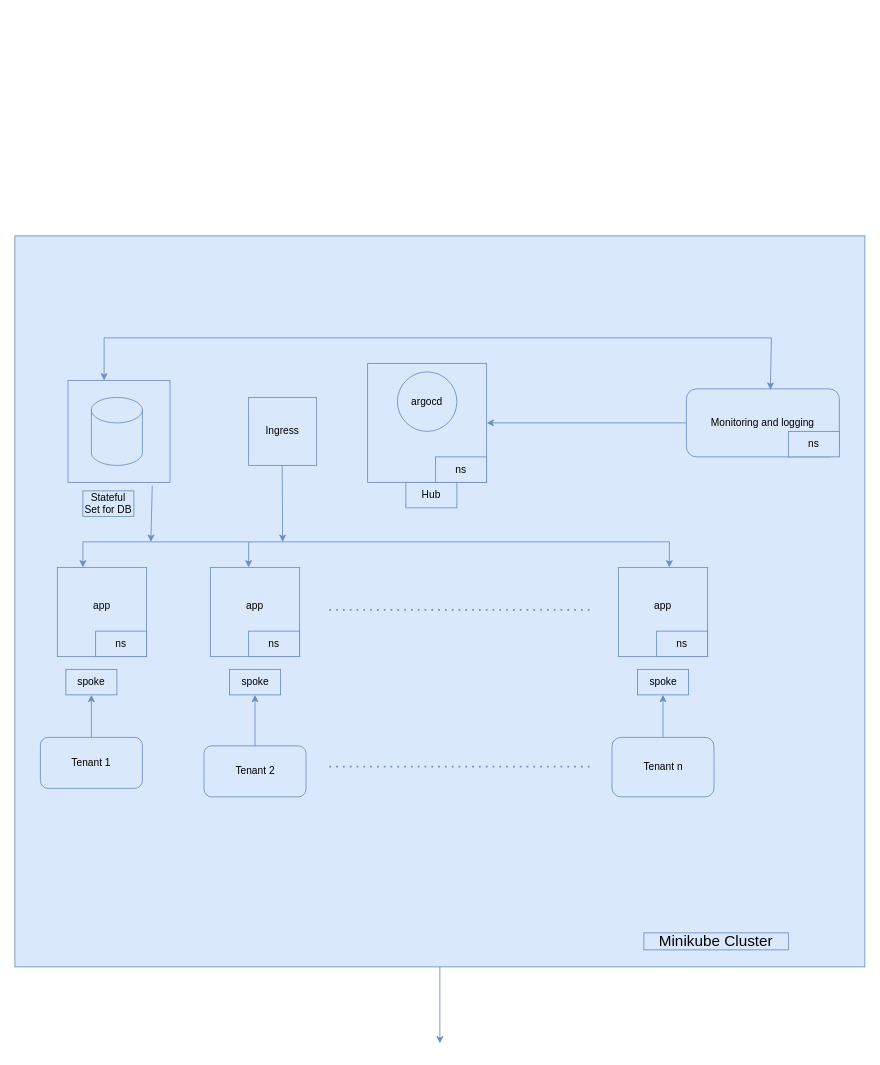
The draw.io diagram Diagramme sans nom.drawio in E-Miraoui/HackathonJE, before the edit. Source tidied: cells renumbered, new cells numbered last; positions are measured from the earlier drawing's top-left corner, leaving out a move shared by most shapes. Both pictures are drawn from the tidied source at 85%, with x=0, y=0 at pixel (14, 235).
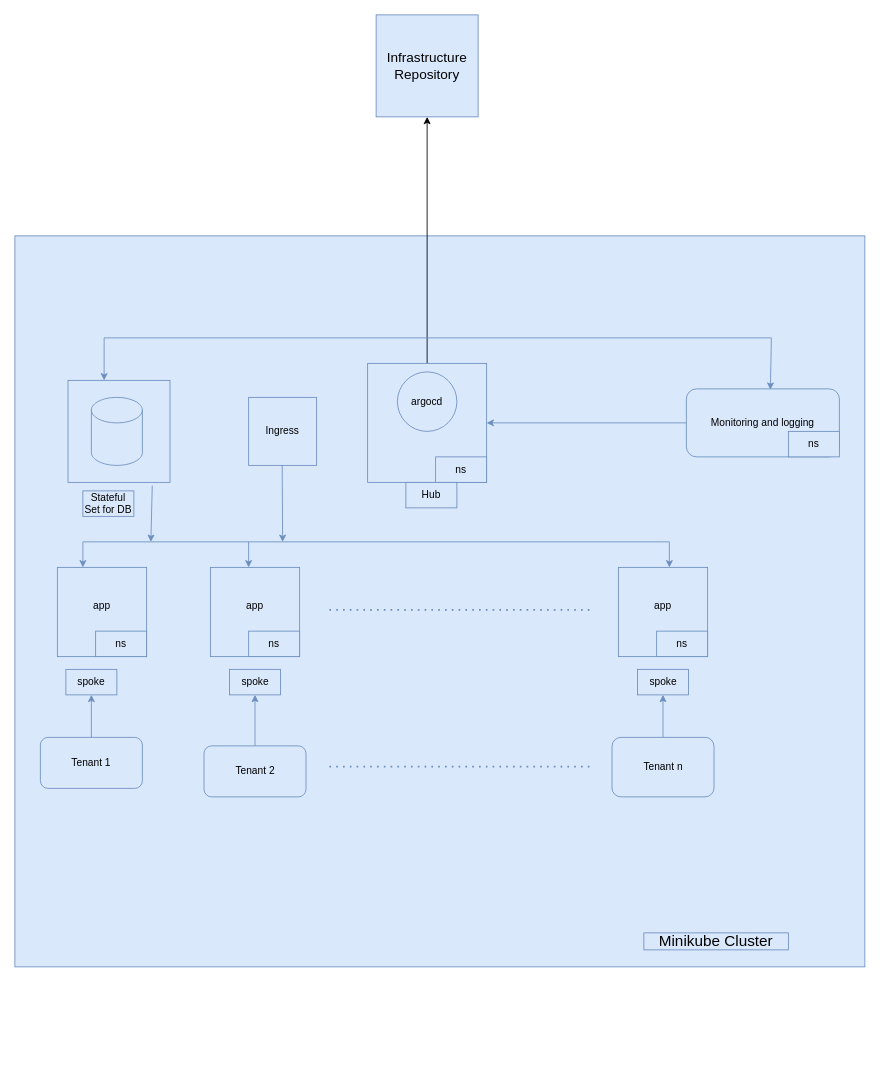
Above is the later version.

Commit message (it also covers changes not shown here):
Mettre à jour Diagramme sans nom.drawio

Unchanged cells that the change refers to:
```xml
<mxCell id="3" style="rounded=0;whiteSpace=wrap;html=1;fillColor=#dae8fc;strokeColor=#6c8ebf;" parent="1" vertex="1">
  <mxGeometry width="1000" height="860" as="geometry" />
</mxCell>
<mxCell id="4" style="whiteSpace=wrap;html=1;fillColor=#dae8fc;strokeColor=#6c8ebf;" parent="1" vertex="1">
  <mxGeometry x="415" y="150" width="140" height="140" as="geometry" />
</mxCell>
```

Change to the diagram source:
```diff
@@
-    <mxCell id="2" style="edgeStyle=orthogonalEdgeStyle;rounded=0;jettySize=auto;html=1;exitX=0.5;exitY=1;exitDx=0;exitDy=0;fillColor=#dae8fc;strokeColor=#6c8ebf;" parent="1" edge="1" source="3">
-      <mxGeometry relative="1" as="geometry">
-        <mxPoint x="500" y="950" as="targetPoint" />
-      </mxGeometry>
-    </mxCell>
@@
+    <mxCell id="41" style="edgeStyle=orthogonalEdgeStyle;rounded=0;jettySize=auto;html=1;exitX=0.5;exitY=0;exitDx=0;exitDy=0;entryX=0.5;entryY=1;entryDx=0;entryDy=0;" parent="1" edge="1" source="4" target="42">
+      <mxGeometry relative="1" as="geometry" />
+    </mxCell>
@@
+    <mxCell id="42" value="&lt;font style=&quot;font-size: 16px;&quot;&gt;Infrastructure Repository&lt;/font&gt;" style="whiteSpace=wrap;html=1;fillColor=#dae8fc;strokeColor=#6c8ebf;" parent="1" vertex="1">
+      <mxGeometry x="425" y="-260" width="120" height="120" as="geometry" />
+    </mxCell>
```
